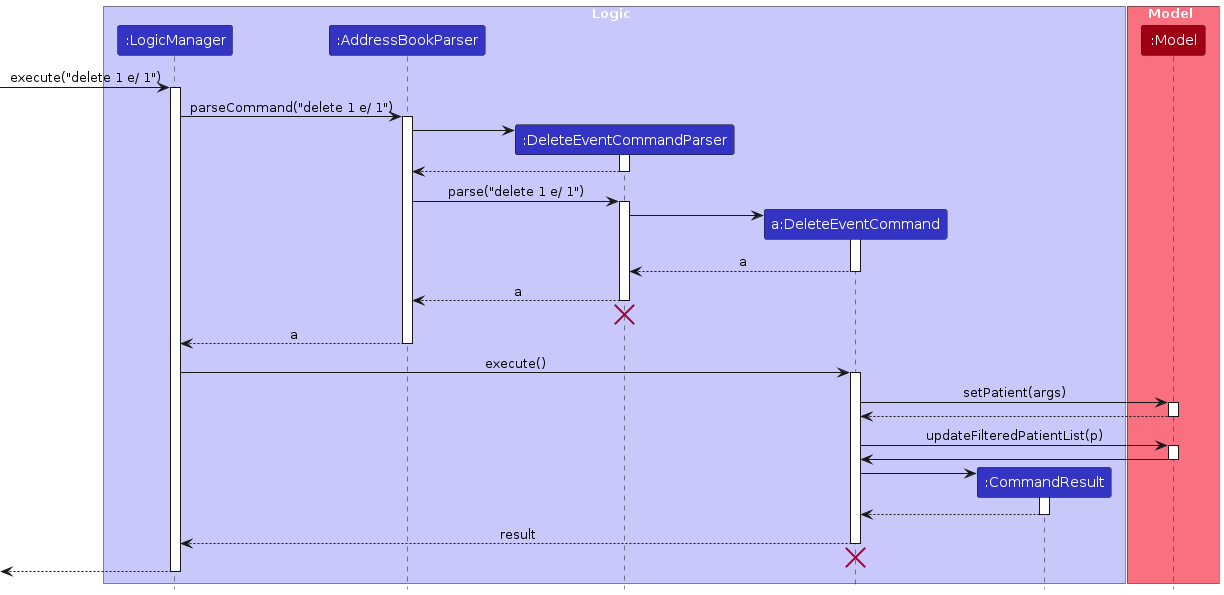
Earlier version of the PlantUML export diagrams/DeleteEventSequenceDiagram.png (NeoHW/tp). Its source is kept beside it as diagrams/DeleteEventSequenceDiagram.puml.
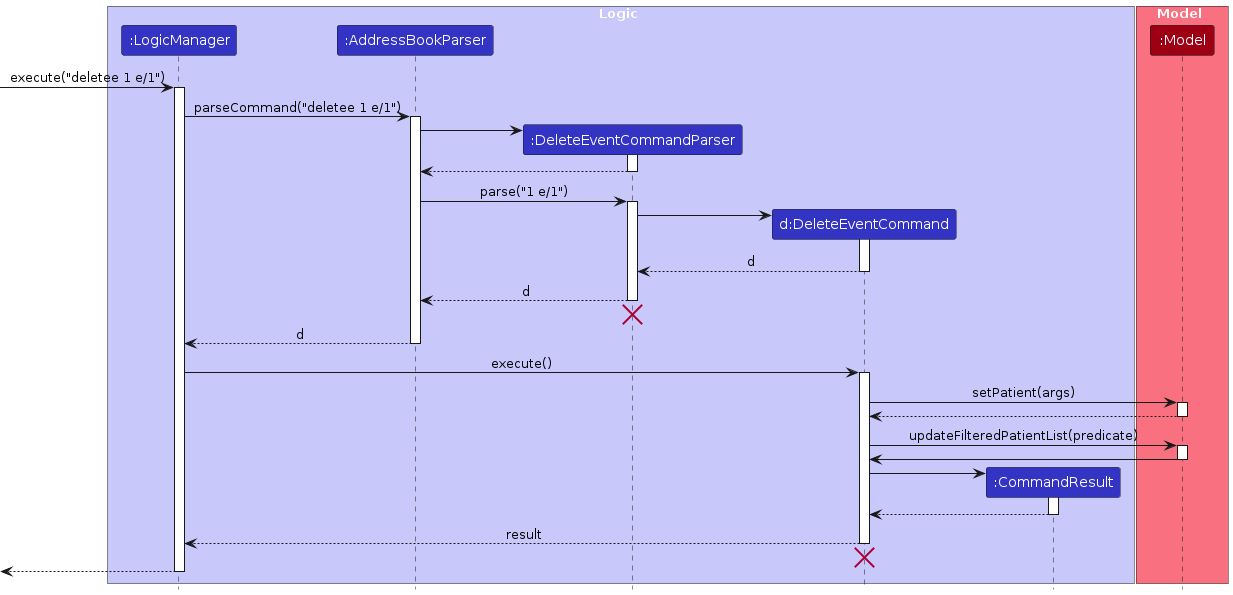
The same file after the commit.

What changed in the source:
```diff
@@ -6,7 +6,7 @@
 participant ":LogicManager" as LogicManager LOGIC_COLOR
 participant ":AddressBookParser" as AddressBookParser LOGIC_COLOR
 participant ":DeleteEventCommandParser" as DeleteEventCommandParser LOGIC_COLOR
-participant "a:DeleteEventCommand" as DeleteEventCommand LOGIC_COLOR
+participant "d:DeleteEventCommand" as DeleteEventCommand LOGIC_COLOR
 participant ":CommandResult" as CommandResult LOGIC_COLOR
 end box
 
@@ -14,10 +14,10 @@
 participant ":Model" as Model MODEL_COLOR
 end box
 
-[-> LogicManager : execute("delete 1 e/ 1")
+[-> LogicManager : execute("deletee 1 e/1")
 activate LogicManager
 
-LogicManager -> AddressBookParser : parseCommand("delete 1 e/ 1")
+LogicManager -> AddressBookParser : parseCommand("deletee 1 e/1")
 activate AddressBookParser
 
 create DeleteEventCommandParser
@@ -27,22 +27,22 @@
 DeleteEventCommandParser --> AddressBookParser
 deactivate DeleteEventCommandParser
 
-AddressBookParser -> DeleteEventCommandParser : parse("delete 1 e/ 1")
+AddressBookParser -> DeleteEventCommandParser : parse("1 e/1")
 activate DeleteEventCommandParser
 
 Create DeleteEventCommand
 DeleteEventCommandParser -> DeleteEventCommand
 activate DeleteEventCommand
 
-DeleteEventCommand --> DeleteEventCommandParser : a
+DeleteEventCommand --> DeleteEventCommandParser : d
 deactivate DeleteEventCommand
 
-DeleteEventCommandParser --> AddressBookParser : a
+DeleteEventCommandParser --> AddressBookParser : d
 deactivate DeleteEventCommandParser
 DeleteEventCommandParser -[hidden]-> AddressBookParser
 destroy DeleteEventCommandParser
 
-AddressBookParser --> LogicManager : a
+AddressBookParser --> LogicManager : d
 deactivate AddressBookParser
 
 LogicManager -> DeleteEventCommand : execute()
@@ -54,7 +54,7 @@
 Model --> DeleteEventCommand
 deactivate Model
 
-DeleteEventCommand -> Model : updateFilteredPatientList(p)
+DeleteEventCommand -> Model : updateFilteredPatientList(predicate)
 activate Model
 
 Model -> DeleteEventCommand
```
